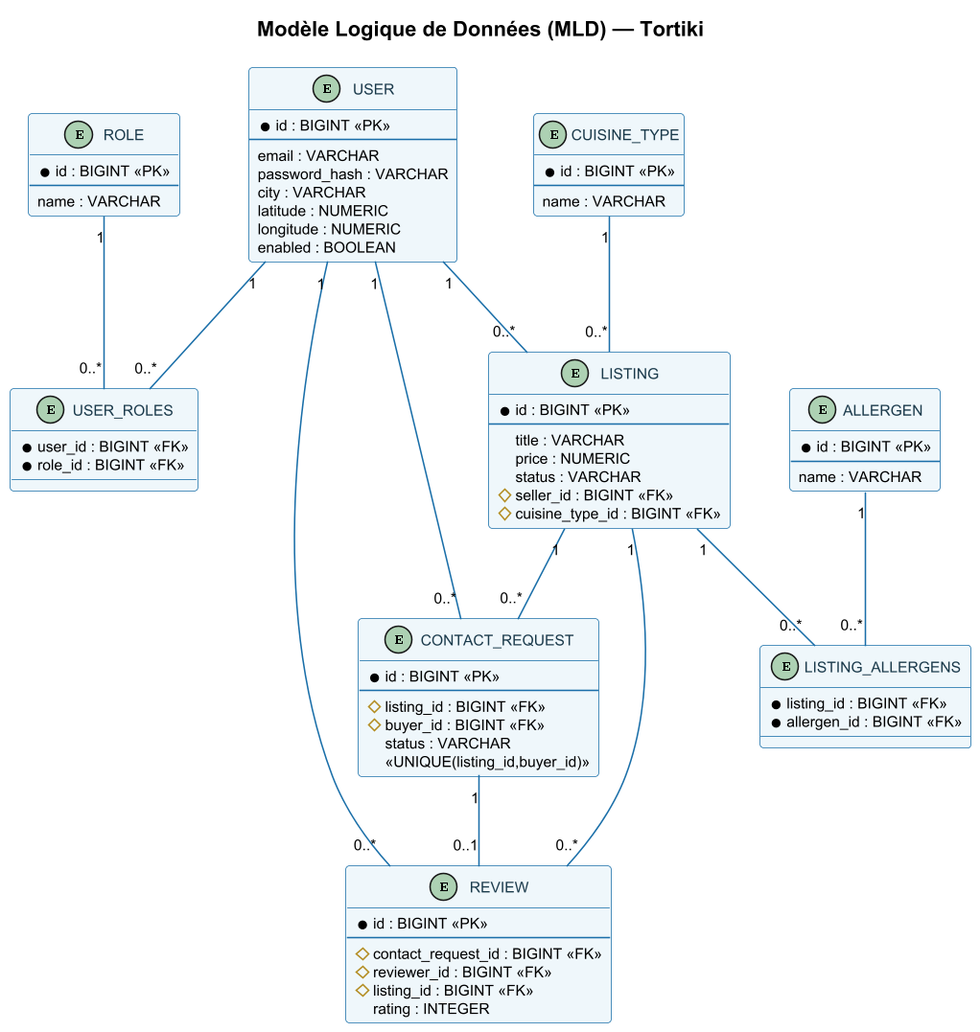
The PlantUML diagram images/MLD_Tortiki.png in jferminh/tortiki-api, before a commit.
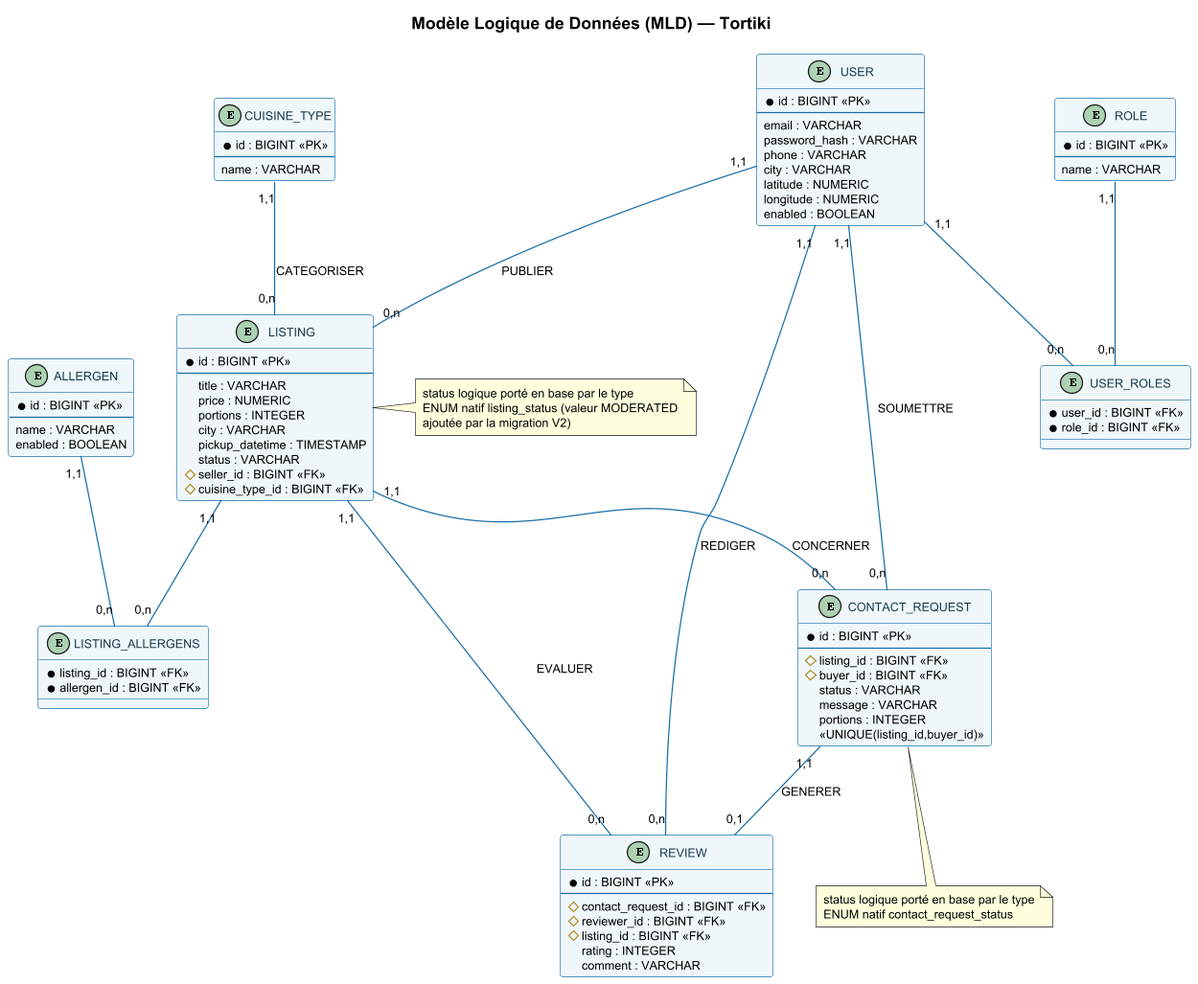
After the change.

What changed in the source:
```diff
@@ -22,6 +22,7 @@
   --
   email : VARCHAR
   password_hash : VARCHAR
+  phone : VARCHAR
   city : VARCHAR
   latitude : NUMERIC
   longitude : NUMERIC
@@ -44,6 +45,9 @@
   --
   title : VARCHAR
   price : NUMERIC
+  portions : INTEGER
+  city : VARCHAR
+  pickup_datetime : TIMESTAMP
   status : VARCHAR
   # seller_id : BIGINT <<FK>>
   # cuisine_type_id : BIGINT <<FK>>
@@ -59,6 +63,7 @@
   * id : BIGINT <<PK>>
   --
   name : VARCHAR
+  enabled : BOOLEAN
 }
 
 entity "LISTING_ALLERGENS" as ListAllerg {
@@ -72,6 +77,8 @@
   # listing_id : BIGINT <<FK>>
   # buyer_id : BIGINT <<FK>>
   status : VARCHAR
+  message : VARCHAR
+  portions : INTEGER
   <<UNIQUE(listing_id,buyer_id)>>
 }
 
@@ -82,18 +89,30 @@
   # reviewer_id : BIGINT <<FK>>
   # listing_id : BIGINT <<FK>>
   rating : INTEGER
+  comment : VARCHAR
 }
 
-User "1" -- "0..*" Listing
-User "1" -- "0..*" UserRoles
-Role "1" -- "0..*" UserRoles
-Cuisine "1" -- "0..*" Listing
-Listing "1" -- "0..*" ListAllerg
-Allergen "1" -- "0..*" ListAllerg
-Listing "1" -- "0..*" CReq
-User "1" -- "0..*" CReq
-CReq "1" -- "0..1" Review
-User "1" -- "0..*" Review
-Listing "1" -- "0..*" Review
+User "1,1" -- "0,n" Listing : PUBLIER
+User "1,1" -- "0,n" UserRoles
+Role "1,1" -- "0,n" UserRoles
+Cuisine "1,1" -- "0,n" Listing : CATEGORISER
+Listing "1,1" -- "0,n" ListAllerg
+Allergen "1,1" -- "0,n" ListAllerg
+Listing "1,1" -- "0,n" CReq : CONCERNER
+User "1,1" -- "0,n" CReq : SOUMETTRE
+CReq "1,1" -- "0,1" Review : GENERER
+User "1,1" -- "0,n" Review : REDIGER
+Listing "1,1" -- "0,n" Review : EVALUER
+
+note bottom of CReq
+  status logique porté en base par le type
+  ENUM natif contact_request_status
+end note
+
+note right of Listing
+  status logique porté en base par le type
+  ENUM natif listing_status (valeur MODERATED
+  ajoutée par la migration V2)
+end note
 
 @enduml
```
